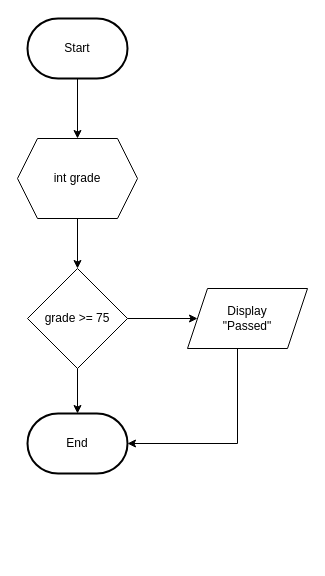
Earlier version of the draw.io diagram page "If Else" (2 of 6) of Flowchart_PendaModul2.drawio (elikawicaksana/BuildIT_BasisData). Source tidied: cells renumbered, new cells numbered last; positions are measured from the earlier drawing's top-left corner, leaving out a move shared by most shapes. Both pictures are drawn from the tidied source at 100%, with x=0, y=0 at pixel (17, 18).
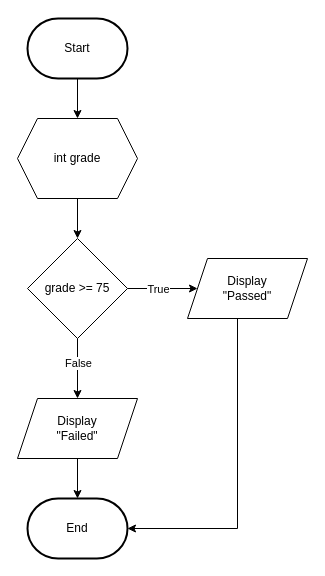
Above is the later version.

What changed in the source:
```diff
@@
 <mxGraphModel>
   <root>
     <mxCell id="0" />
     <mxCell id="1" parent="0" />
     <mxCell id="2" style="edgeStyle=orthogonalEdgeStyle;rounded=0;jettySize=auto;html=1;entryX=0.5;entryY=0;entryDx=0;entryDy=0;" parent="1" edge="1" source="3" target="6">
       <mxGeometry relative="1" as="geometry" />
     </mxCell>
     <mxCell id="3" value="Start" style="strokeWidth=2;html=1;shape=mxgraph.flowchart.terminator;whiteSpace=wrap;" parent="1" vertex="1">
       <mxGeometry x="10" width="100" height="60" as="geometry" />
     </mxCell>
     <mxCell id="4" value="End" style="strokeWidth=2;html=1;shape=mxgraph.flowchart.terminator;whiteSpace=wrap;" parent="1" vertex="1">
-      <mxGeometry x="10" y="395" width="100" height="60" as="geometry" />
+      <mxGeometry x="10" y="480" width="100" height="60" as="geometry" />
     </mxCell>
     <mxCell id="5" style="edgeStyle=orthogonalEdgeStyle;rounded=0;jettySize=auto;html=1;entryX=0.5;entryY=0;entryDx=0;entryDy=0;" parent="1" edge="1" source="6" target="8">
       <mxGeometry relative="1" as="geometry" />
     </mxCell>
     <mxCell id="6" value="int grade" style="shape=hexagon;perimeter=hexagonPerimeter2;whiteSpace=wrap;html=1;fixedSize=1;" parent="1" vertex="1">
-      <mxGeometry y="120" width="120" height="80" as="geometry" />
+      <mxGeometry y="100" width="120" height="80" as="geometry" />
     </mxCell>
     <mxCell id="7" style="edgeStyle=orthogonalEdgeStyle;rounded=0;jettySize=auto;html=1;" parent="1" edge="1" source="8" target="10">
       <mxGeometry relative="1" as="geometry" />
     </mxCell>
+    <mxCell id="12" value="True" style="edgeLabel;html=1;align=center;verticalAlign=middle;" parent="7" vertex="1">
+      <mxGeometry x="-0.14" relative="1" as="geometry" />
+    </mxCell>
     <mxCell id="8" value="grade &amp;gt;= 75" style="rhombus;whiteSpace=wrap;html=1;" parent="1" vertex="1">
-      <mxGeometry x="10" y="250" width="100" height="100" as="geometry" />
+      <mxGeometry x="10" y="220" width="100" height="100" as="geometry" />
     </mxCell>
-    <mxCell id="9" style="edgeStyle=orthogonalEdgeStyle;rounded=0;jettySize=auto;html=1;entryX=0.5;entryY=0;entryDx=0;entryDy=0;entryPerimeter=0;" parent="1" edge="1" source="8" target="4">
+    <mxCell id="9" style="edgeStyle=orthogonalEdgeStyle;rounded=0;jettySize=auto;html=1;entryX=0.5;entryY=0;entryDx=0;entryDy=0;" parent="1" edge="1" source="8" target="14">
       <mxGeometry relative="1" as="geometry" />
     </mxCell>
+    <mxCell id="13" value="False" style="edgeLabel;html=1;align=center;verticalAlign=middle;" parent="9" vertex="1">
+      <mxGeometry x="-0.21" relative="1" as="geometry" />
+    </mxCell>
     <mxCell id="10" value="Display&lt;div&gt;&quot;Passed&quot;&lt;/div&gt;" style="shape=parallelogram;perimeter=parallelogramPerimeter;whiteSpace=wrap;html=1;fixedSize=1;" parent="1" vertex="1">
-      <mxGeometry x="170" y="270" width="120" height="60" as="geometry" />
+      <mxGeometry x="170" y="240" width="120" height="60" as="geometry" />
     </mxCell>
     <mxCell id="11" style="edgeStyle=orthogonalEdgeStyle;rounded=0;jettySize=auto;html=1;entryX=1;entryY=0.5;entryDx=0;entryDy=0;entryPerimeter=0;" parent="1" edge="1" source="10" target="4">
       <mxGeometry relative="1" as="geometry">
         <Array as="points">
-          <mxPoint x="220" y="425" />
+          <mxPoint x="220" y="510" />
         </Array>
       </mxGeometry>
     </mxCell>
+    <mxCell id="14" value="Display&lt;div&gt;&quot;Failed&quot;&lt;/div&gt;" style="shape=parallelogram;perimeter=parallelogramPerimeter;whiteSpace=wrap;html=1;fixedSize=1;" parent="1" vertex="1">
+      <mxGeometry y="380" width="120" height="60" as="geometry" />
+    </mxCell>
+    <mxCell id="15" style="edgeStyle=orthogonalEdgeStyle;rounded=0;jettySize=auto;html=1;entryX=0.5;entryY=0;entryDx=0;entryDy=0;entryPerimeter=0;" parent="1" edge="1" source="14" target="4">
+      <mxGeometry relative="1" as="geometry" />
+    </mxCell>
   </root>
 </mxGraphModel>
```
